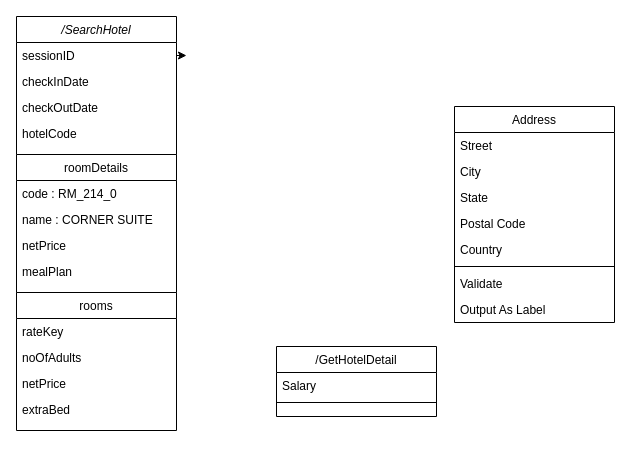
The draw.io diagram NFTHotel.drawio in nando8009/CSSButt, before the edit. Source tidied: cells renumbered, new cells numbered last; positions are measured from the earlier drawing's top-left corner, leaving out a move shared by most shapes. Both pictures are drawn from the tidied source at 100%, with x=0, y=0 at pixel (16, 16).
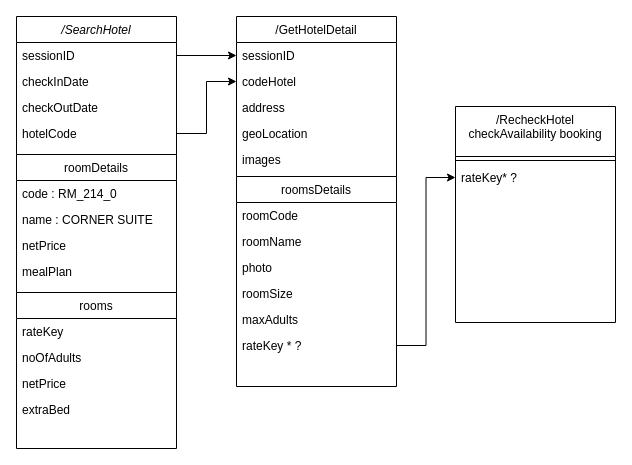
The same page after the edit.

Unchanged cells that the change refers to:
```xml
<mxCell id="2" value="/SearchHotel" style="swimlane;fontStyle=2;align=center;verticalAlign=top;horizontal=1;startSize=26;rounded=0;shadow=0;strokeWidth=1;" parent="1" vertex="1">
  <mxGeometry width="160" height="138" as="geometry" />
</mxCell>
<mxCell id="4" value="sessionID" style="text;align=left;verticalAlign=top;spacingLeft=4;spacingRight=4;overflow=hidden;points=[[0,0.5],[1,0.5]];portConstraint=eastwest;" parent="2" vertex="1">
  <mxGeometry y="26" width="160" height="26" as="geometry" />
</mxCell>
<mxCell id="7" value="hotelCode" style="text;align=left;verticalAlign=top;spacingLeft=4;spacingRight=4;overflow=hidden;points=[[0,0.5],[1,0.5]];portConstraint=eastwest;rounded=0;shadow=0;html=0;" parent="2" vertex="1">
  <mxGeometry y="104" width="160" height="26" as="geometry" />
</mxCell>
```

The edit, as a diff of the source:
```diff
@@
-    <mxCell id="3" style="edgeStyle=orthogonalEdgeStyle;rounded=0;jettySize=auto;html=1;exitX=1;exitY=0.5;exitDx=0;exitDy=0;" parent="2" edge="1" source="4">
-      <mxGeometry relative="1" as="geometry">
-        <mxPoint x="170" y="39" as="targetPoint" />
-      </mxGeometry>
-    </mxCell>
@@
     <mxCell id="13" value="/GetHotelDetail" style="swimlane;fontStyle=0;align=center;verticalAlign=top;horizontal=1;startSize=26;rounded=0;shadow=0;strokeWidth=1;" parent="1" vertex="1">
-      <mxGeometry x="260" y="330" width="160" height="70" as="geometry" />
+      <mxGeometry x="220" width="160" height="160" as="geometry" />
     </mxCell>
-    <mxCell id="14" value="Salary" style="text;align=left;verticalAlign=top;spacingLeft=4;spacingRight=4;overflow=hidden;points=[[0,0.5],[1,0.5]];portConstraint=eastwest;" parent="13" vertex="1">
+    <mxCell id="14" value="sessionID" style="text;align=left;verticalAlign=top;spacingLeft=4;spacingRight=4;overflow=hidden;points=[[0,0.5],[1,0.5]];portConstraint=eastwest;" parent="13" vertex="1">
       <mxGeometry y="26" width="160" height="26" as="geometry" />
     </mxCell>
-    <mxCell id="15" style="line;html=1;strokeWidth=1;align=left;verticalAlign=middle;spacingTop=-1;spacingLeft=3;spacingRight=3;labelPosition=right;" parent="13" vertex="1">
-      <mxGeometry y="52" width="160" height="8" as="geometry" />
-    </mxCell>
+    <mxCell id="30" value="codeHotel&#10;" style="text;align=left;verticalAlign=top;spacingLeft=4;spacingRight=4;overflow=hidden;points=[[0,0.5],[1,0.5]];portConstraint=eastwest;" parent="13" vertex="1">
+      <mxGeometry y="52" width="160" height="26" as="geometry" />
+    </mxCell>
+    <mxCell id="31" value="address" style="text;align=left;verticalAlign=top;spacingLeft=4;spacingRight=4;overflow=hidden;" parent="13" vertex="1">
+      <mxGeometry y="78" width="160" height="26" as="geometry" />
+    </mxCell>
+    <mxCell id="32" value="geoLocation" style="text;align=left;verticalAlign=top;spacingLeft=4;spacingRight=4;overflow=hidden;" parent="13" vertex="1">
+      <mxGeometry y="104" width="160" height="26" as="geometry" />
+    </mxCell>
+    <mxCell id="33" value="images" style="text;align=left;verticalAlign=top;spacingLeft=4;spacingRight=4;overflow=hidden;" parent="13" vertex="1">
+      <mxGeometry y="130" width="160" height="26" as="geometry" />
+    </mxCell>
-    <mxCell id="16" value="Address" style="swimlane;fontStyle=0;align=center;verticalAlign=top;horizontal=1;startSize=26;rounded=0;shadow=0;strokeWidth=1;" parent="1" vertex="1">
-      <mxGeometry x="438" y="90" width="160" height="216" as="geometry" />
+    <mxCell id="16" value="/RecheckHotel&#10;checkAvailability booking" style="swimlane;fontStyle=0;align=center;verticalAlign=top;horizontal=1;startSize=50;rounded=0;shadow=0;strokeWidth=1;" parent="1" vertex="1">
+      <mxGeometry x="439" y="90" width="160" height="216" as="geometry" />
     </mxCell>
-    <mxCell id="17" value="Street" style="text;align=left;verticalAlign=top;spacingLeft=4;spacingRight=4;overflow=hidden;" parent="16" vertex="1">
-      <mxGeometry y="26" width="160" height="26" as="geometry" />
-    </mxCell>
-    <mxCell id="18" value="City" style="text;align=left;verticalAlign=top;spacingLeft=4;spacingRight=4;overflow=hidden;rounded=0;shadow=0;html=0;" parent="16" vertex="1">
-      <mxGeometry y="52" width="160" height="26" as="geometry" />
-    </mxCell>
-    <mxCell id="19" value="State" style="text;align=left;verticalAlign=top;spacingLeft=4;spacingRight=4;overflow=hidden;rounded=0;shadow=0;html=0;" parent="16" vertex="1">
-      <mxGeometry y="78" width="160" height="26" as="geometry" />
-    </mxCell>
-    <mxCell id="20" value="Postal Code" style="text;align=left;verticalAlign=top;spacingLeft=4;spacingRight=4;overflow=hidden;rounded=0;shadow=0;html=0;" parent="16" vertex="1">
-      <mxGeometry y="104" width="160" height="26" as="geometry" />
-    </mxCell>
-    <mxCell id="21" value="Country" style="text;align=left;verticalAlign=top;spacingLeft=4;spacingRight=4;overflow=hidden;rounded=0;shadow=0;html=0;" parent="16" vertex="1">
-      <mxGeometry y="130" width="160" height="26" as="geometry" />
-    </mxCell>
     <mxCell id="22" style="line;html=1;strokeWidth=1;align=left;verticalAlign=middle;spacingTop=-1;spacingLeft=3;spacingRight=3;labelPosition=right;" parent="16" vertex="1">
-      <mxGeometry y="156" width="160" height="8" as="geometry" />
+      <mxGeometry y="50" width="160" height="8" as="geometry" />
     </mxCell>
-    <mxCell id="23" value="Validate" style="text;align=left;verticalAlign=top;spacingLeft=4;spacingRight=4;overflow=hidden;" parent="16" vertex="1">
-      <mxGeometry y="164" width="160" height="26" as="geometry" />
-    </mxCell>
-    <mxCell id="24" value="Output As Label" style="text;align=left;verticalAlign=top;spacingLeft=4;spacingRight=4;overflow=hidden;" parent="16" vertex="1">
-      <mxGeometry y="190" width="160" height="26" as="geometry" />
-    </mxCell>
+    <mxCell id="34" value="rateKey* ?" style="text;align=left;verticalAlign=top;spacingLeft=4;spacingRight=4;overflow=hidden;points=[[0,0.5],[1,0.5]];portConstraint=eastwest;" parent="16" vertex="1">
+      <mxGeometry y="58" width="160" height="26" as="geometry" />
+    </mxCell>
     <mxCell id="25" value="rooms" style="swimlane;fontStyle=0;align=center;verticalAlign=top;horizontal=1;startSize=26;rounded=0;shadow=0;strokeWidth=1;" parent="1" vertex="1">
-      <mxGeometry y="276" width="160" height="138" as="geometry" />
+      <mxGeometry y="276" width="160" height="156" as="geometry" />
     </mxCell>
@@
+    <mxCell id="35" value="roomsDetails" style="swimlane;fontStyle=0;align=center;verticalAlign=top;horizontal=1;startSize=26;rounded=0;shadow=0;strokeWidth=1;" parent="1" vertex="1">
+      <mxGeometry x="220" y="160" width="160" height="210" as="geometry" />
+    </mxCell>
+    <mxCell id="36" value="roomCode" style="text;align=left;verticalAlign=top;spacingLeft=4;spacingRight=4;overflow=hidden;" parent="35" vertex="1">
+      <mxGeometry y="26" width="160" height="26" as="geometry" />
+    </mxCell>
+    <mxCell id="37" value="roomName" style="text;align=left;verticalAlign=top;spacingLeft=4;spacingRight=4;overflow=hidden;" parent="35" vertex="1">
+      <mxGeometry y="52" width="160" height="26" as="geometry" />
+    </mxCell>
+    <mxCell id="38" value="photo" style="text;align=left;verticalAlign=top;spacingLeft=4;spacingRight=4;overflow=hidden;" parent="35" vertex="1">
+      <mxGeometry y="78" width="160" height="26" as="geometry" />
+    </mxCell>
+    <mxCell id="39" value="roomSize" style="text;align=left;verticalAlign=top;spacingLeft=4;spacingRight=4;overflow=hidden;" parent="35" vertex="1">
+      <mxGeometry y="104" width="160" height="26" as="geometry" />
+    </mxCell>
+    <mxCell id="40" value="maxAdults" style="text;align=left;verticalAlign=top;spacingLeft=4;spacingRight=4;overflow=hidden;" parent="35" vertex="1">
+      <mxGeometry y="130" width="160" height="26" as="geometry" />
+    </mxCell>
+    <mxCell id="41" value="rateKey * ?" style="text;align=left;verticalAlign=top;spacingLeft=4;spacingRight=4;overflow=hidden;points=[[0,0.5],[1,0.5]];portConstraint=eastwest;" parent="35" vertex="1">
+      <mxGeometry y="156" width="160" height="26" as="geometry" />
+    </mxCell>
+    <mxCell id="3" style="edgeStyle=orthogonalEdgeStyle;rounded=0;jettySize=auto;html=1;exitX=1;exitY=0.5;exitDx=0;exitDy=0;" parent="1" edge="1" source="4" target="14">
+      <mxGeometry relative="1" as="geometry" />
+    </mxCell>
+    <mxCell id="42" style="edgeStyle=orthogonalEdgeStyle;rounded=0;jettySize=auto;html=1;exitX=1;exitY=0.5;exitDx=0;exitDy=0;entryX=0;entryY=0.5;entryDx=0;entryDy=0;" parent="1" edge="1" source="7" target="30">
+      <mxGeometry relative="1" as="geometry" />
+    </mxCell>
+    <mxCell id="43" style="edgeStyle=orthogonalEdgeStyle;rounded=0;jettySize=auto;html=1;exitX=1;exitY=0.5;exitDx=0;exitDy=0;" parent="1" edge="1" source="41" target="34">
+      <mxGeometry relative="1" as="geometry" />
+    </mxCell>
```
